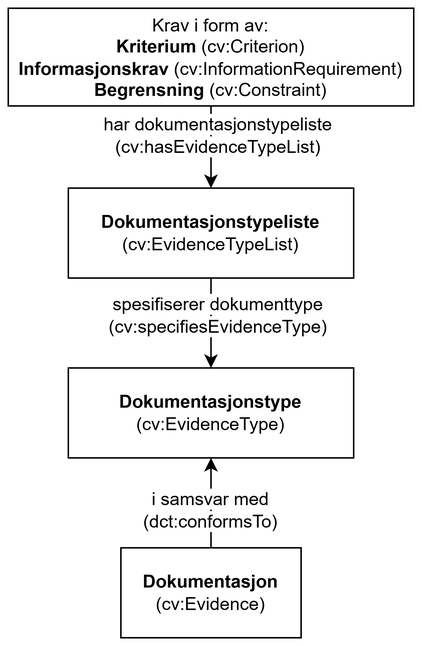
The draw.io diagram docs/images/Figur-Krav-doktypeliste-doktype-dokumentasjon.png in Informasjonsforvaltning/cccev-ap-no, before a commit. Source tidied: cells renumbered, new cells last; positions are measured from the earlier drawing's top-left corner, leaving out a move shared by most shapes. The source it was exported from:
```xml
<mxGraphModel>
  <root>
    <mxCell id="0" />
    <mxCell id="1" parent="0" />
    <mxCell id="2" value="&lt;b&gt;Dokumentasjon&lt;/b&gt;&lt;div&gt;(cv:Evidence)&lt;/div&gt;" style="rounded=0;whiteSpace=wrap;html=1;" parent="1" vertex="1">
      <mxGeometry x="75" y="360" width="120" height="60" as="geometry" />
    </mxCell>
    <mxCell id="3" value="Krav i form av:&lt;div&gt;&lt;b&gt;Kriterium&lt;/b&gt; (cv:Criterion)&lt;/div&gt;&lt;div&gt;&lt;b&gt;Informasjonskrav &lt;/b&gt;(cv:InformationRequirement)&lt;/div&gt;&lt;div&gt;&lt;b&gt;Begrensning&lt;/b&gt; (cv:Constraint)&lt;/div&gt;" style="rounded=0;whiteSpace=wrap;html=1;" parent="1" vertex="1">
      <mxGeometry width="270" height="65.2" as="geometry" />
    </mxCell>
    <mxCell id="4" value="&lt;b&gt;Dokumentasjonstypeliste&lt;/b&gt;&lt;div&gt;(cv:EvidenceTypeList)&lt;/div&gt;" style="rounded=0;whiteSpace=wrap;html=1;" parent="1" vertex="1">
      <mxGeometry x="40" y="120" width="190" height="60" as="geometry" />
    </mxCell>
    <mxCell id="5" style="endArrow=classic;html=1;rounded=0;exitX=0.5;exitY=1;exitDx=0;exitDy=0;" parent="1" edge="1" source="3" target="4">
      <mxGeometry relative="1" as="geometry" />
    </mxCell>
    <mxCell id="6" value="&lt;span style=&quot;background-color: light-dark(#ffffff, var(--ge-dark-color, #121212));&quot;&gt;har dokumentasjonstypeliste&lt;/span&gt;&lt;div&gt;&lt;span style=&quot;background-color: light-dark(#ffffff, var(--ge-dark-color, #121212));&quot;&gt;(cv:hasEvidenceTypeList)&lt;/span&gt;&lt;/div&gt;" style="text;html=1;whiteSpace=wrap;strokeColor=none;fillColor=none;align=center;verticalAlign=middle;rounded=0;" parent="1" vertex="1">
      <mxGeometry x="50" y="70" width="180" height="30" as="geometry" />
    </mxCell>
    <mxCell id="7" value="&lt;b&gt;Dokumentasjonstype&lt;/b&gt;&lt;div&gt;(cv:EvidenceType)&lt;/div&gt;" style="rounded=0;whiteSpace=wrap;html=1;" parent="1" vertex="1">
      <mxGeometry x="40" y="240" width="190" height="60" as="geometry" />
    </mxCell>
    <mxCell id="8" style="endArrow=classic;html=1;rounded=0;exitX=0.5;exitY=1;exitDx=0;exitDy=0;" parent="1" edge="1" source="4" target="7">
      <mxGeometry relative="1" as="geometry" />
    </mxCell>
    <mxCell id="9" value="&lt;div&gt;&lt;span style=&quot;background-color: light-dark(#ffffff, var(--ge-dark-color, #121212));&quot;&gt;spesifiserer dokumenttype&lt;/span&gt;&lt;/div&gt;&lt;div&gt;&lt;span style=&quot;background-color: light-dark(#ffffff, var(--ge-dark-color, #121212));&quot;&gt;(cv:specifiesEvidenceType)&lt;/span&gt;&lt;/div&gt;" style="text;html=1;whiteSpace=wrap;strokeColor=none;fillColor=none;align=center;verticalAlign=middle;rounded=0;" parent="1" vertex="1">
      <mxGeometry x="50" y="190" width="180" height="30" as="geometry" />
    </mxCell>
    <mxCell id="10" style="endArrow=classic;html=1;rounded=0;exitX=0.5;exitY=0;exitDx=0;exitDy=0;entryX=0.5;entryY=1;entryDx=0;entryDy=0;" parent="1" edge="1" source="2" target="7">
      <mxGeometry relative="1" as="geometry" />
    </mxCell>
    <mxCell id="11" value="&lt;div&gt;&lt;span style=&quot;background-color: light-dark(#ffffff, var(--ge-dark-color, #121212)); color: light-dark(rgb(0, 0, 0), rgb(255, 255, 255));&quot;&gt;i samsvar med&lt;/span&gt;&lt;/div&gt;&lt;div&gt;&lt;span style=&quot;background-color: light-dark(#ffffff, var(--ge-dark-color, #121212)); color: light-dark(rgb(0, 0, 0), rgb(255, 255, 255));&quot;&gt;(dct:conformsTo)&lt;/span&gt;&lt;/div&gt;" style="text;html=1;whiteSpace=wrap;strokeColor=none;fillColor=none;align=center;verticalAlign=middle;rounded=0;" parent="1" vertex="1">
      <mxGeometry x="75" y="320" width="120" height="30" as="geometry" />
    </mxCell>
  </root>
</mxGraphModel>
```
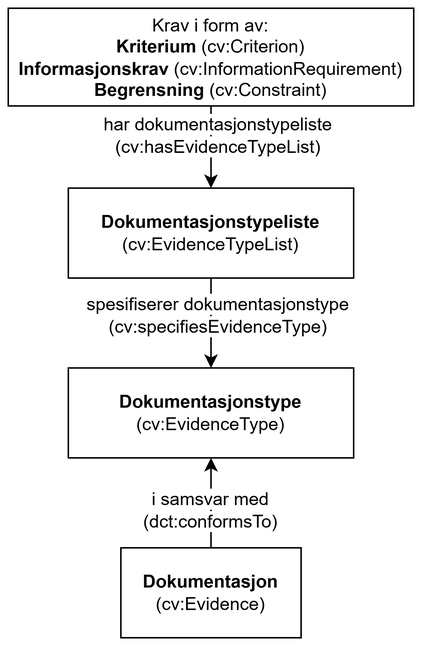
After the commit.

Change to the diagram source:
```diff
@@ -23,7 +23,7 @@
     <mxCell id="8" style="endArrow=classic;html=1;rounded=0;exitX=0.5;exitY=1;exitDx=0;exitDy=0;" parent="1" edge="1" source="4" target="7">
       <mxGeometry relative="1" as="geometry" />
     </mxCell>
-    <mxCell id="9" value="&lt;div&gt;&lt;span style=&quot;background-color: light-dark(#ffffff, var(--ge-dark-color, #121212));&quot;&gt;spesifiserer dokumenttype&lt;/span&gt;&lt;/div&gt;&lt;div&gt;&lt;span style=&quot;background-color: light-dark(#ffffff, var(--ge-dark-color, #121212));&quot;&gt;(cv:specifiesEvidenceType)&lt;/span&gt;&lt;/div&gt;" style="text;html=1;whiteSpace=wrap;strokeColor=none;fillColor=none;align=center;verticalAlign=middle;rounded=0;" parent="1" vertex="1">
+    <mxCell id="9" value="&lt;div&gt;&lt;span style=&quot;background-color: light-dark(#ffffff, var(--ge-dark-color, #121212));&quot;&gt;spesifiserer dokumentasjonstype&lt;/span&gt;&lt;/div&gt;&lt;div&gt;&lt;span style=&quot;background-color: light-dark(#ffffff, var(--ge-dark-color, #121212));&quot;&gt;(cv:specifiesEvidenceType)&lt;/span&gt;&lt;/div&gt;" style="text;html=1;whiteSpace=wrap;strokeColor=none;fillColor=none;align=center;verticalAlign=middle;rounded=0;" parent="1" vertex="1">
       <mxGeometry x="50" y="190" width="180" height="30" as="geometry" />
     </mxCell>
     <mxCell id="10" style="endArrow=classic;html=1;rounded=0;exitX=0.5;exitY=0;exitDx=0;exitDy=0;entryX=0.5;entryY=1;entryDx=0;entryDy=0;" parent="1" edge="1" source="2" target="7">
```
